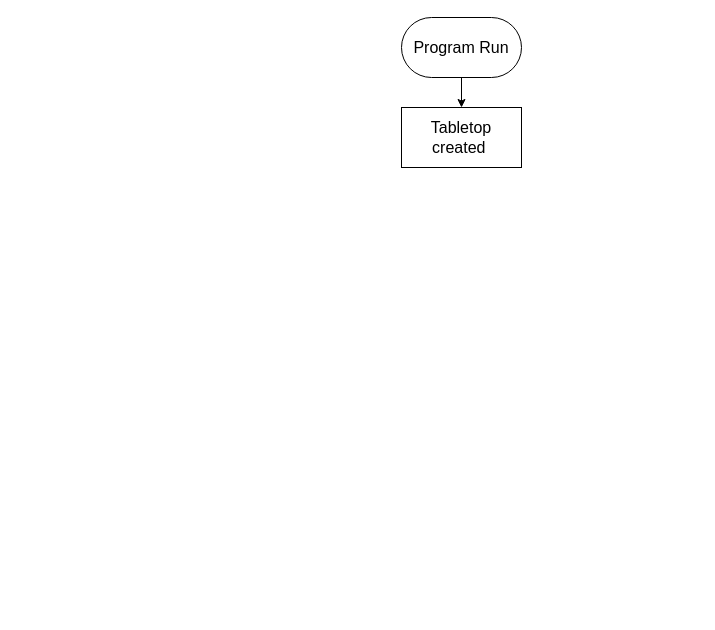
The draw.io diagram Critical_path.drawio in NeonPlatinum6251/Warhammer_Simulator, before the edit. Source tidied: cells renumbered, new cells numbered last; positions are measured from the earlier drawing's top-left corner, leaving out a move shared by most shapes. Both pictures are drawn from the tidied source at 100%, with x=0, y=0 at pixel (401, 17).
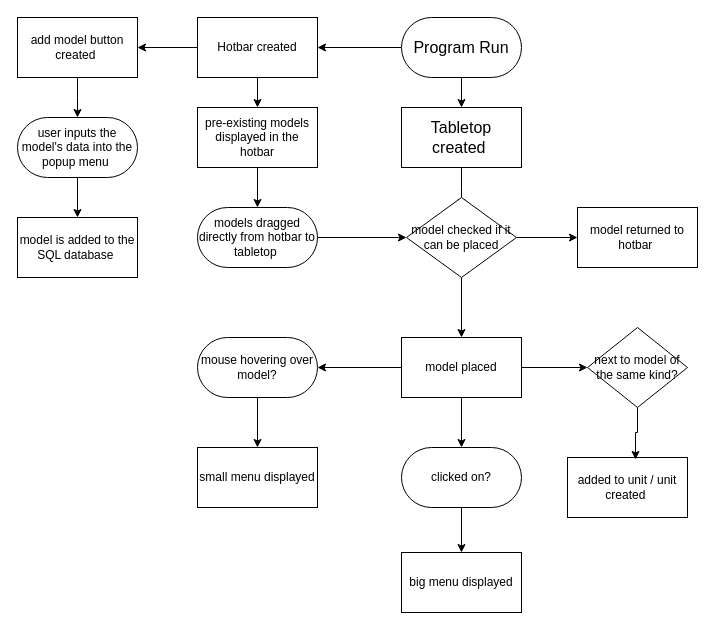
The same page after the edit.

The change refers to these unchanged cells:
```xml
<mxCell id="2" value="&lt;font size=&quot;3&quot;&gt;Tabletop created&amp;nbsp;&lt;/font&gt;" style="rounded=0;whiteSpace=wrap;html=1;" parent="1" vertex="1">
  <mxGeometry y="90" width="120" height="60" as="geometry" />
</mxCell>
<mxCell id="4" value="&lt;font size=&quot;3&quot;&gt;Program Run&lt;/font&gt;" style="rounded=1;whiteSpace=wrap;html=1;arcSize=50;" parent="1" vertex="1">
  <mxGeometry width="120" height="60" as="geometry" />
</mxCell>
```

What changed in the source:
```diff
@@
+    <mxCell id="5" style="edgeStyle=orthogonalEdgeStyle;rounded=0;jettySize=auto;html=1;entryX=0.5;entryY=0;entryDx=0;entryDy=0;" parent="1" edge="1" source="2">
+      <mxGeometry relative="1" as="geometry">
+        <mxPoint x="60" y="190" as="targetPoint" />
+      </mxGeometry>
+    </mxCell>
@@
+    <mxCell id="6" style="edgeStyle=orthogonalEdgeStyle;rounded=0;jettySize=auto;html=1;entryX=1;entryY=0.5;entryDx=0;entryDy=0;" parent="1" edge="1" source="4" target="9">
+      <mxGeometry relative="1" as="geometry" />
+    </mxCell>
@@
+    <mxCell id="7" style="edgeStyle=orthogonalEdgeStyle;rounded=0;jettySize=auto;html=1;entryX=1;entryY=0.5;entryDx=0;entryDy=0;" parent="1" edge="1" source="9" target="11">
+      <mxGeometry relative="1" as="geometry" />
+    </mxCell>
+    <mxCell id="8" style="edgeStyle=orthogonalEdgeStyle;rounded=0;jettySize=auto;html=1;entryX=0.5;entryY=0;entryDx=0;entryDy=0;" parent="1" edge="1" source="9" target="12">
+      <mxGeometry relative="1" as="geometry" />
+    </mxCell>
+    <mxCell id="9" value="Hotbar created" style="rounded=0;whiteSpace=wrap;html=1;" parent="1" vertex="1">
+      <mxGeometry x="-204" width="120" height="60" as="geometry" />
+    </mxCell>
+    <mxCell id="10" style="edgeStyle=orthogonalEdgeStyle;rounded=0;jettySize=auto;html=1;entryX=0.5;entryY=0;entryDx=0;entryDy=0;" parent="1" edge="1" source="11">
+      <mxGeometry relative="1" as="geometry">
+        <mxPoint x="-324" y="100" as="targetPoint" />
+      </mxGeometry>
+    </mxCell>
+    <mxCell id="11" value="add model button created&amp;nbsp;" style="rounded=0;whiteSpace=wrap;html=1;" parent="1" vertex="1">
+      <mxGeometry x="-384" width="120" height="60" as="geometry" />
+    </mxCell>
+    <mxCell id="12" value="pre-existing models displayed in the hotbar" style="rounded=0;whiteSpace=wrap;html=1;" parent="1" vertex="1">
+      <mxGeometry x="-204" y="90" width="120" height="60" as="geometry" />
+    </mxCell>
+    <mxCell id="13" style="edgeStyle=orthogonalEdgeStyle;rounded=0;jettySize=auto;html=1;entryX=0.5;entryY=0;entryDx=0;entryDy=0;" parent="1" edge="1" source="12" target="15">
+      <mxGeometry relative="1" as="geometry" />
+    </mxCell>
+    <mxCell id="14" style="edgeStyle=orthogonalEdgeStyle;rounded=0;jettySize=auto;html=1;entryX=0;entryY=0.5;entryDx=0;entryDy=0;" parent="1" edge="1" source="15" target="18">
+      <mxGeometry relative="1" as="geometry" />
+    </mxCell>
+    <mxCell id="15" value="models dragged directly from hotbar to tabletop&amp;nbsp;" style="rounded=1;whiteSpace=wrap;html=1;arcSize=50;" parent="1" vertex="1">
+      <mxGeometry x="-204" y="190" width="120" height="60" as="geometry" />
+    </mxCell>
+    <mxCell id="16" style="edgeStyle=orthogonalEdgeStyle;rounded=0;jettySize=auto;html=1;entryX=0.5;entryY=0;entryDx=0;entryDy=0;" parent="1" edge="1" source="18" target="25">
+      <mxGeometry relative="1" as="geometry" />
+    </mxCell>
+    <mxCell id="17" style="edgeStyle=orthogonalEdgeStyle;rounded=0;jettySize=auto;html=1;entryX=0;entryY=0.5;entryDx=0;entryDy=0;" parent="1" edge="1" source="18" target="26">
+      <mxGeometry relative="1" as="geometry" />
+    </mxCell>
+    <mxCell id="18" value="model checked if it can be placed" style="rhombus;whiteSpace=wrap;html=1;" parent="1" vertex="1">
+      <mxGeometry x="5" y="180" width="110" height="80" as="geometry" />
+    </mxCell>
+    <mxCell id="19" style="edgeStyle=orthogonalEdgeStyle;rounded=0;jettySize=auto;html=1;entryX=0.5;entryY=0;entryDx=0;entryDy=0;" parent="1" edge="1" source="20" target="21">
+      <mxGeometry relative="1" as="geometry" />
+    </mxCell>
+    <mxCell id="20" value="user inputs the model's data into the popup menu&amp;nbsp;" style="rounded=1;whiteSpace=wrap;html=1;arcSize=50;" parent="1" vertex="1">
+      <mxGeometry x="-384" y="100" width="120" height="60" as="geometry" />
+    </mxCell>
+    <mxCell id="21" value="model is added to the SQL database&amp;nbsp;" style="rounded=0;whiteSpace=wrap;html=1;" parent="1" vertex="1">
+      <mxGeometry x="-384" y="200" width="120" height="60" as="geometry" />
+    </mxCell>
+    <mxCell id="22" style="edgeStyle=orthogonalEdgeStyle;rounded=0;jettySize=auto;html=1;entryX=1;entryY=0.5;entryDx=0;entryDy=0;" parent="1" edge="1" source="25" target="28">
+      <mxGeometry relative="1" as="geometry" />
+    </mxCell>
+    <mxCell id="23" style="edgeStyle=orthogonalEdgeStyle;rounded=0;jettySize=auto;html=1;entryX=0.5;entryY=0;entryDx=0;entryDy=0;" parent="1" edge="1" source="25" target="30">
+      <mxGeometry relative="1" as="geometry" />
+    </mxCell>
+    <mxCell id="24" style="edgeStyle=orthogonalEdgeStyle;rounded=0;jettySize=auto;html=1;" parent="1" edge="1" source="25" target="31">
+      <mxGeometry relative="1" as="geometry" />
+    </mxCell>
+    <mxCell id="25" value="model placed" style="rounded=0;whiteSpace=wrap;html=1;" parent="1" vertex="1">
+      <mxGeometry y="320" width="120" height="60" as="geometry" />
+    </mxCell>
+    <mxCell id="26" value="model returned to hotbar&amp;nbsp;" style="rounded=0;whiteSpace=wrap;html=1;" parent="1" vertex="1">
+      <mxGeometry x="176" y="190" width="120" height="60" as="geometry" />
+    </mxCell>
+    <mxCell id="27" style="edgeStyle=orthogonalEdgeStyle;rounded=0;jettySize=auto;html=1;entryX=0.5;entryY=0;entryDx=0;entryDy=0;" parent="1" edge="1" source="28" target="34">
+      <mxGeometry relative="1" as="geometry" />
+    </mxCell>
+    <mxCell id="28" value="mouse hovering over model?" style="rounded=1;whiteSpace=wrap;html=1;arcSize=50;" parent="1" vertex="1">
+      <mxGeometry x="-204" y="320" width="120" height="60" as="geometry" />
+    </mxCell>
+    <mxCell id="29" style="edgeStyle=orthogonalEdgeStyle;rounded=0;jettySize=auto;html=1;" parent="1" edge="1" source="30" target="35">
+      <mxGeometry relative="1" as="geometry" />
+    </mxCell>
+    <mxCell id="30" value="clicked on?" style="rounded=1;whiteSpace=wrap;html=1;arcSize=50;" parent="1" vertex="1">
+      <mxGeometry y="430" width="120" height="60" as="geometry" />
+    </mxCell>
+    <mxCell id="31" value="next to model of the same kind?" style="rhombus;whiteSpace=wrap;html=1;" parent="1" vertex="1">
+      <mxGeometry x="186" y="310" width="100" height="80" as="geometry" />
+    </mxCell>
+    <mxCell id="32" value="added to unit / unit created&amp;nbsp;" style="rounded=0;whiteSpace=wrap;html=1;" parent="1" vertex="1">
+      <mxGeometry x="166" y="440" width="120" height="60" as="geometry" />
+    </mxCell>
+    <mxCell id="33" style="edgeStyle=orthogonalEdgeStyle;rounded=0;jettySize=auto;html=1;entryX=0.567;entryY=0.033;entryDx=0;entryDy=0;entryPerimeter=0;" parent="1" edge="1" source="31" target="32">
+      <mxGeometry relative="1" as="geometry" />
+    </mxCell>
+    <mxCell id="34" value="small menu displayed" style="rounded=0;whiteSpace=wrap;html=1;" parent="1" vertex="1">
+      <mxGeometry x="-204" y="430" width="120" height="60" as="geometry" />
+    </mxCell>
+    <mxCell id="35" value="big menu displayed" style="rounded=0;whiteSpace=wrap;html=1;" parent="1" vertex="1">
+      <mxGeometry y="535" width="120" height="60" as="geometry" />
+    </mxCell>
```
